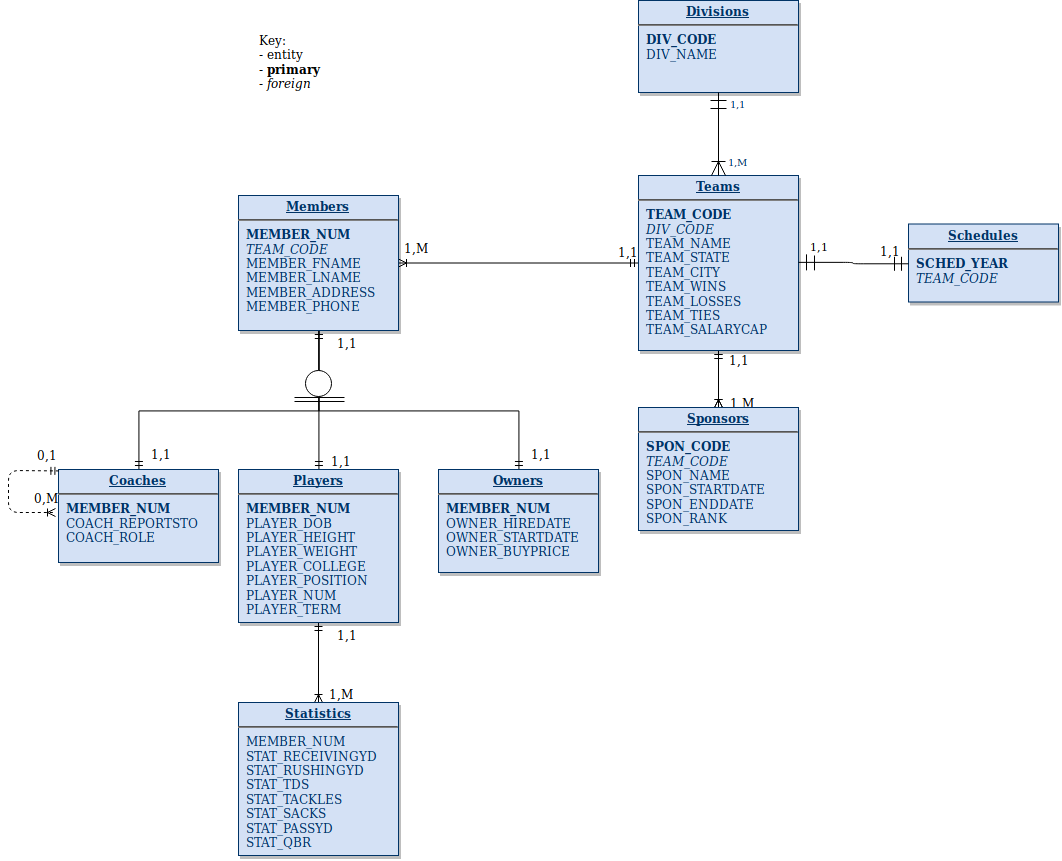
The draw.io diagram football_db.png in molker/CSC3210-GroupProject, before a commit. Source tidied: cells renumbered, new cells last; positions are measured from the earlier drawing's top-left corner, leaving out a move shared by most shapes.
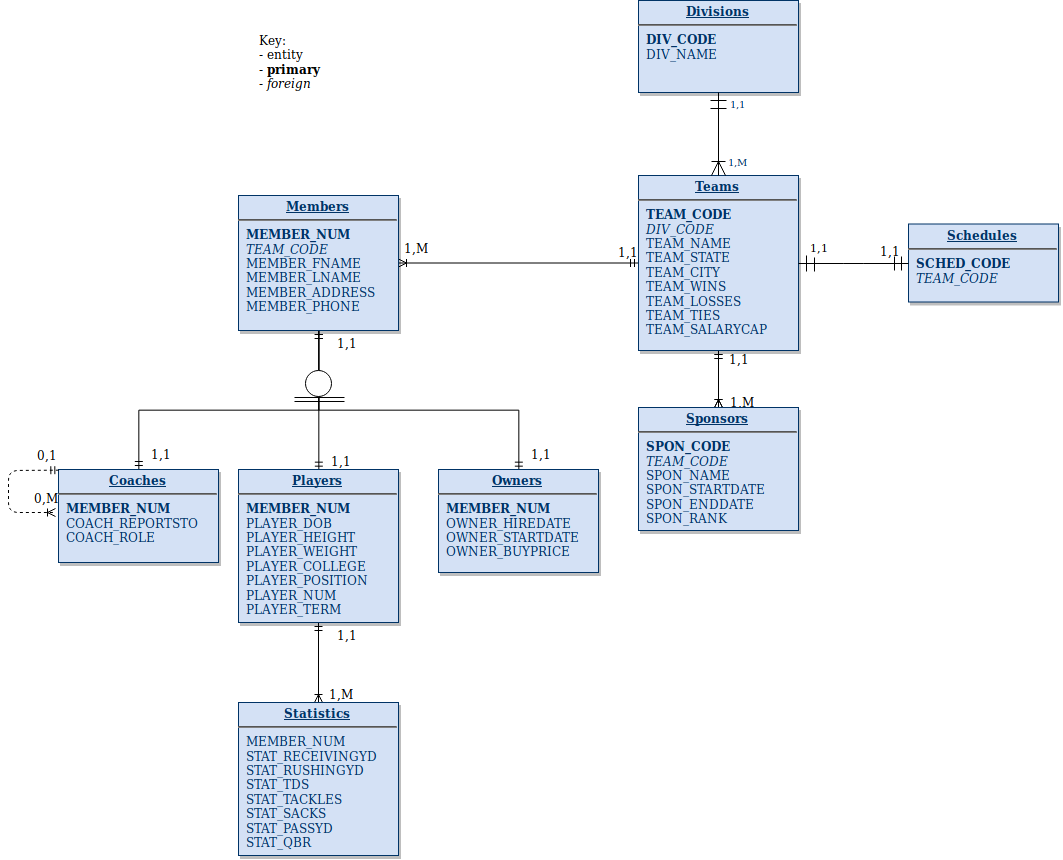
After the change.

Commit message:
Changed Diagram, added tables to code

Diff of the diagram source:
```diff
@@ -2,7 +2,7 @@
   <root>
     <mxCell id="0" />
     <mxCell id="1" parent="0" />
-    <mxCell id="2" value="&lt;p style=&quot;margin: 0px ; margin-top: 4px ; text-align: center ; text-decoration: underline&quot;&gt;&lt;strong&gt;Schedules&lt;br&gt;&lt;/strong&gt;&lt;/p&gt;&lt;hr&gt;&lt;p style=&quot;margin: 0px ; margin-left: 8px&quot;&gt;&lt;b&gt;SCHED_YEAR&lt;/b&gt;&lt;/p&gt;&lt;p style=&quot;margin: 0px ; margin-left: 8px&quot;&gt;&lt;i&gt;TEAM_CODE&lt;/i&gt;&lt;br&gt;&lt;/p&gt;" style="verticalAlign=top;align=left;overflow=fill;fontSize=12;fontFamily=Helvetica;html=1;strokeColor=#003366;shadow=1;fillColor=#D4E1F5;fontColor=#003366;" parent="1" vertex="1">
+    <mxCell id="2" value="&lt;p style=&quot;margin: 0px ; margin-top: 4px ; text-align: center ; text-decoration: underline&quot;&gt;&lt;strong&gt;Schedules&lt;br&gt;&lt;/strong&gt;&lt;/p&gt;&lt;hr&gt;&lt;p style=&quot;margin: 0px ; margin-left: 8px&quot;&gt;&lt;b&gt;SCHED_CODE&lt;/b&gt;&lt;/p&gt;&lt;p style=&quot;margin: 0px ; margin-left: 8px&quot;&gt;&lt;i&gt;TEAM_CODE&lt;/i&gt;&lt;br&gt;&lt;/p&gt;" style="verticalAlign=top;align=left;overflow=fill;fontSize=12;fontFamily=Helvetica;html=1;strokeColor=#003366;shadow=1;fillColor=#D4E1F5;fontColor=#003366;" parent="1" vertex="1">
       <mxGeometry x="900" y="223.5" width="150" height="78" as="geometry" />
     </mxCell>
     <mxCell id="3" style="edgeStyle=orthogonalEdgeStyle;rounded=0;jettySize=auto;html=1;startArrow=ERmandOne;startFill=0;endArrow=ERoneToMany;endFill=0;" parent="1" edge="1" source="8" target="14">
```
